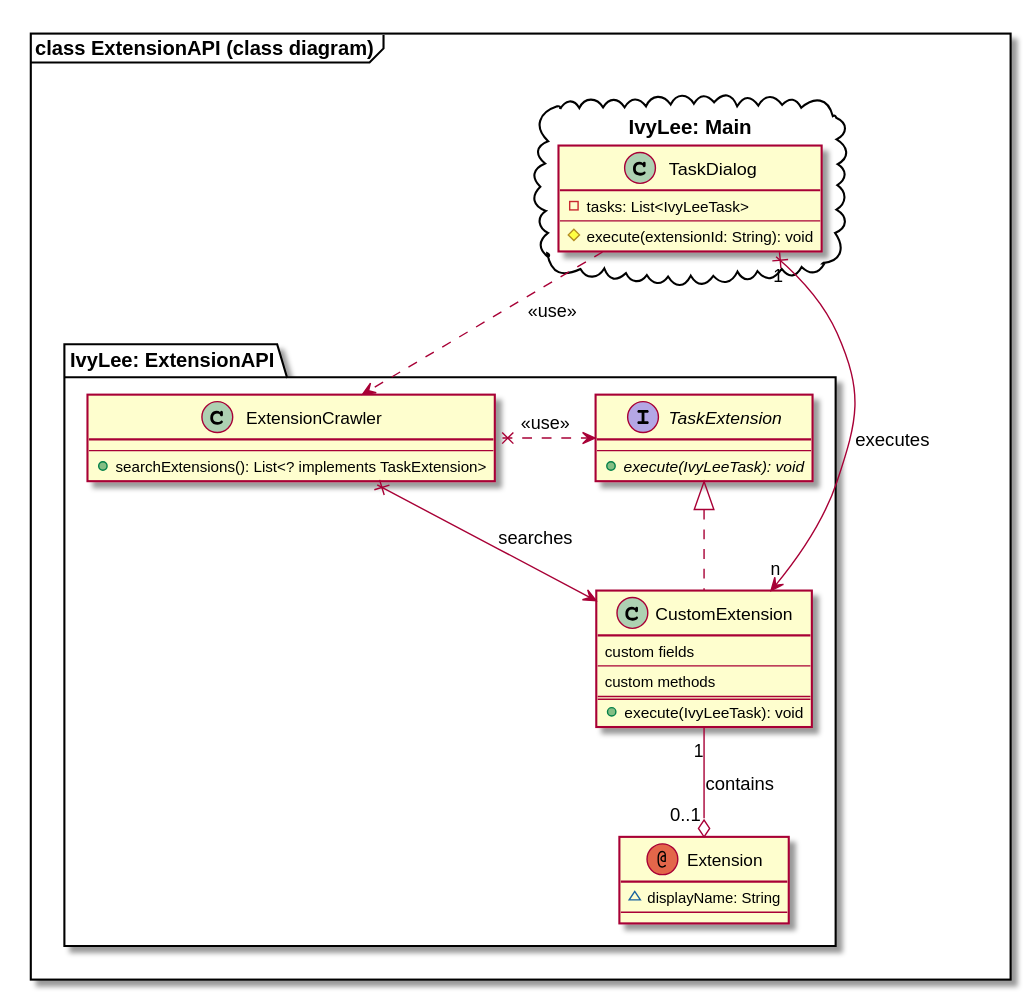
The PlantUML diagram documentation/files/TaskExtension.svg in ottx96/ivy-lee, before a commit.
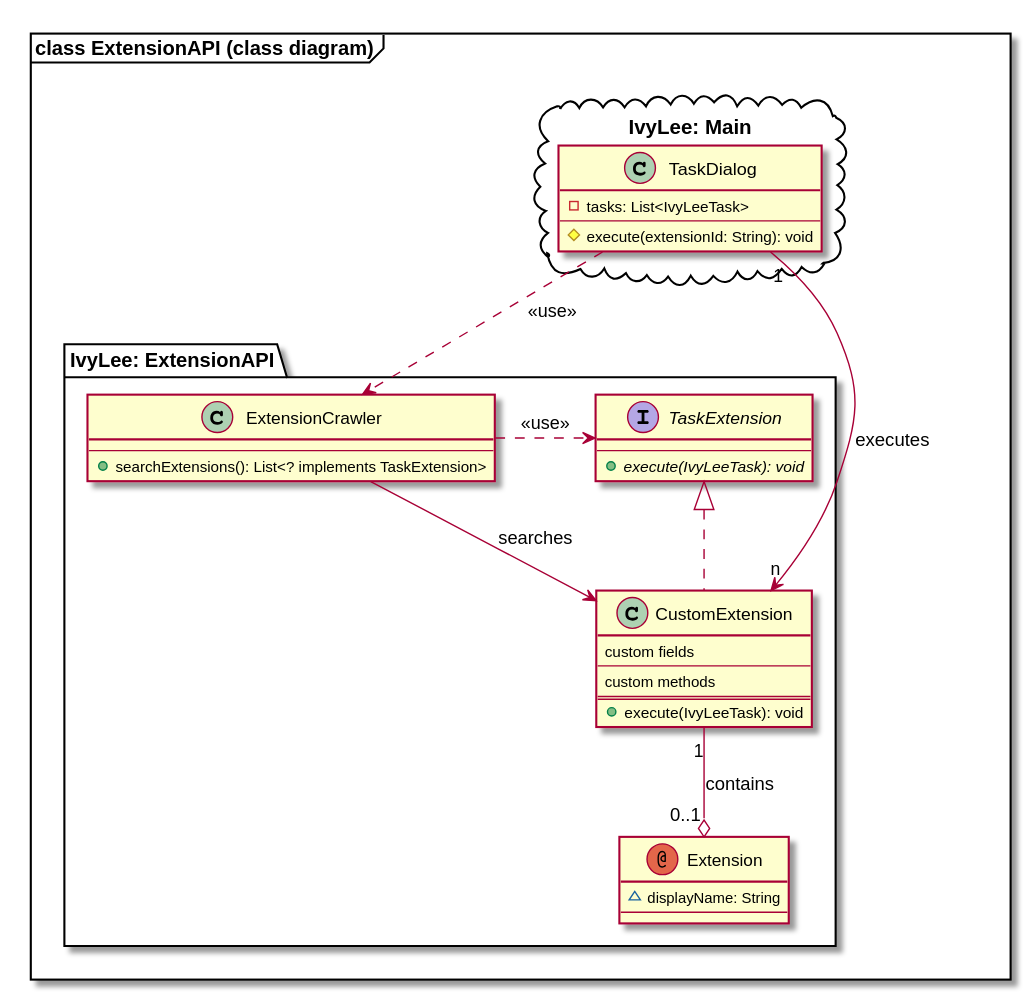
Above is the later version.

Commit message:
Change UML class diagram (#74)

Change to the diagram source:
```diff
@@ -26,10 +26,10 @@
    --
    + searchExtensions(): List<? implements TaskExtension>
   }
-    ExtensionCrawler x--> CustomExtension: searches
-    ExtensionCrawler x.> TaskExtension: <<use>>
+    ExtensionCrawler --> CustomExtension: searches
+    ExtensionCrawler .> TaskExtension: <<use>>
     TaskDialog ..> ExtensionCrawler: <<use>>
-    TaskDialog "1" x---> "n" CustomExtension: executes
+    TaskDialog "1" ---> "n" CustomExtension: executes
     CustomExtension "1" --o "0..1" Extension: contains
   }
 }
```
